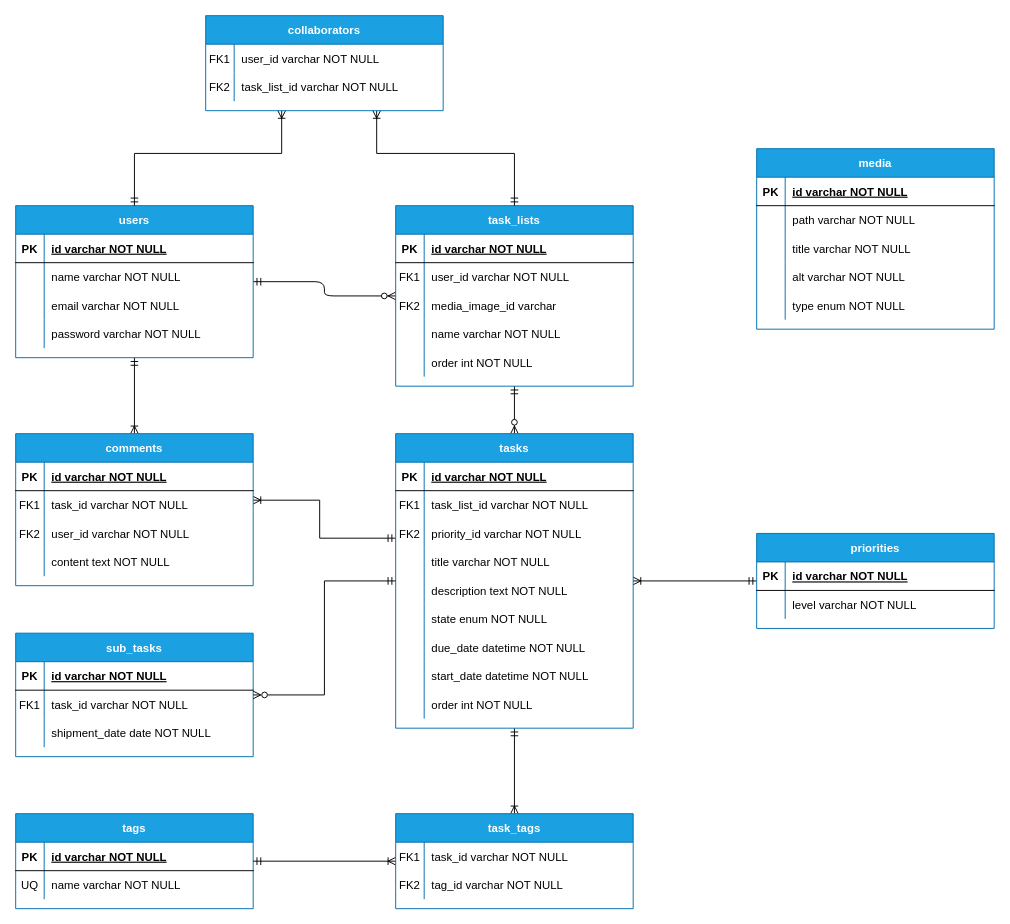
Earlier version of the draw.io diagram docs/webdev/exercises/todo-exercise/static/todo-app-relational-diagram.drawio (rubenfgr/rubenfgr.github.io). Source tidied: cells renumbered, new cells numbered last; positions are measured from the earlier drawing's top-left corner, leaving out a move shared by most shapes. Both pictures are drawn from the tidied source at 95%, with x=0, y=0 at pixel (15, 15).
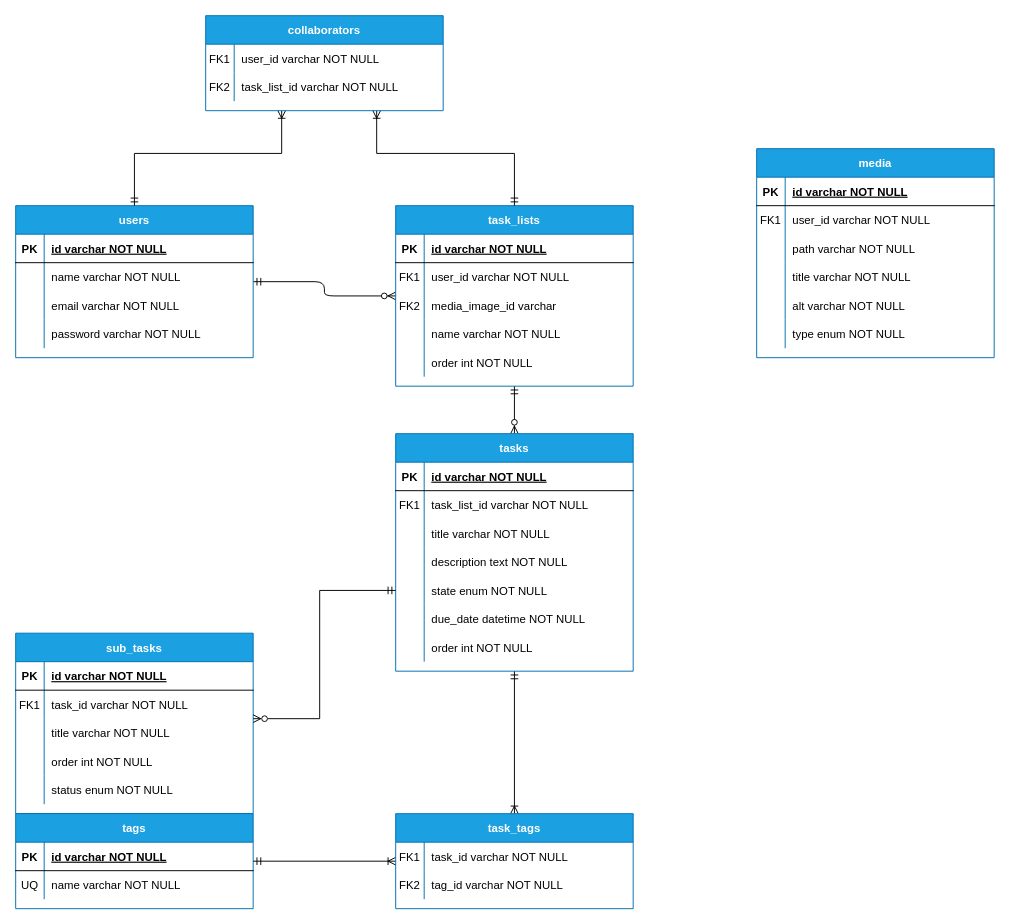
Above is the later version.

Commit message (it also covers changes not shown here):
update todo exercise

Unchanged cells that the change refers to:
```xml
<mxCell id="52" value="users" style="shape=table;startSize=30;childLayout=tableLayout;rowLines=0;fontStyle=1;align=center;fillColor=#1ba1e2;strokeColor=#006EAF;fontColor=#ffffff;" parent="1" vertex="1">
  <mxGeometry y="200" width="250" height="160" as="geometry" />
</mxCell>
<mxCell id="72" style="shape=partialRectangle;fillColor=none;top=0;left=0;right=0;bottom=0;" parent="65" vertex="1">
  <mxGeometry y="90" width="250" height="30" as="geometry" />
</mxCell>
```

Diff of the diagram source:
```diff
@@
-    <mxCell id="20" style="edgeStyle=orthogonalEdgeStyle;rounded=0;jettySize=auto;html=1;endArrow=ERmandOne;endFill=0;startArrow=ERoneToMany;startFill=0;" parent="1" edge="1" source="23" target="90">
-      <mxGeometry relative="1" as="geometry" />
-    </mxCell>
@@
-    <mxCell id="22" style="edgeStyle=orthogonalEdgeStyle;rounded=0;jettySize=auto;html=1;endArrow=ERoneToMany;endFill=0;startArrow=ERmandOne;startFill=0;" parent="1" edge="1" source="23" target="97">
-      <mxGeometry relative="1" as="geometry">
-        <Array as="points">
-          <mxPoint x="320" y="550" />
-          <mxPoint x="320" y="510" />
-        </Array>
-      </mxGeometry>
-    </mxCell>
     <mxCell id="23" value="tasks" style="shape=table;startSize=30;childLayout=tableLayout;rowLines=0;fontStyle=1;align=center;fillColor=#1ba1e2;strokeColor=#006EAF;fontColor=#ffffff;" parent="1" vertex="1">
-      <mxGeometry x="400" y="440" width="250" height="310" as="geometry" />
+      <mxGeometry x="400" y="440" width="250" height="250" as="geometry" />
     </mxCell>
@@
-    <mxCell id="30" style="shape=partialRectangle;fillColor=none;top=0;left=0;right=0;bottom=0;" parent="23" vertex="1">
-      <mxGeometry y="90" width="250" height="30" as="geometry" />
-    </mxCell>
-    <mxCell id="31" value="FK2" style="shape=partialRectangle;overflow=hidden;fillColor=none;top=0;left=0;bottom=0;right=0;" parent="30" vertex="1">
-      <mxGeometry width="30" height="30" as="geometry" />
-    </mxCell>
-    <mxCell id="32" value="priority_id varchar NOT NULL" style="shape=partialRectangle;overflow=hidden;fillColor=none;top=0;left=0;bottom=0;right=0;align=left;spacingLeft=6;" parent="30" vertex="1">
-      <mxGeometry x="30" width="220" height="30" as="geometry" />
-    </mxCell>
     <mxCell id="33" style="shape=partialRectangle;fillColor=none;top=0;left=0;right=0;bottom=0;" parent="23" vertex="1">
-      <mxGeometry y="120" width="250" height="30" as="geometry" />
+      <mxGeometry y="90" width="250" height="30" as="geometry" />
     </mxCell>
@@
     <mxCell id="36" style="shape=partialRectangle;fillColor=none;top=0;left=0;right=0;bottom=0;" parent="23" vertex="1">
-      <mxGeometry y="150" width="250" height="30" as="geometry" />
+      <mxGeometry y="120" width="250" height="30" as="geometry" />
     </mxCell>
@@
     <mxCell id="39" style="shape=partialRectangle;fillColor=none;points=[[0,0.5],[1,0.5]];portConstraint=eastwest;top=0;left=0;right=0;bottom=0;" parent="23" vertex="1">
-      <mxGeometry y="180" width="250" height="30" as="geometry" />
+      <mxGeometry y="150" width="250" height="30" as="geometry" />
     </mxCell>
@@
     <mxCell id="42" style="shape=partialRectangle;fillColor=none;top=0;left=0;right=0;bottom=0;" parent="23" vertex="1">
-      <mxGeometry y="210" width="250" height="30" as="geometry" />
+      <mxGeometry y="180" width="250" height="30" as="geometry" />
     </mxCell>
@@
-    <mxCell id="45" style="shape=partialRectangle;fillColor=none;top=0;left=0;right=0;bottom=0;" parent="23" vertex="1">
-      <mxGeometry y="240" width="250" height="30" as="geometry" />
-    </mxCell>
-    <mxCell id="46" style="shape=partialRectangle;overflow=hidden;fillColor=none;top=0;left=0;bottom=0;right=0;" parent="45" vertex="1">
-      <mxGeometry width="30" height="30" as="geometry" />
-    </mxCell>
-    <mxCell id="47" value="start_date datetime NOT NULL" style="shape=partialRectangle;overflow=hidden;fillColor=none;top=0;left=0;bottom=0;right=0;align=left;spacingLeft=6;" parent="45" vertex="1">
-      <mxGeometry x="30" width="220" height="30" as="geometry" />
-    </mxCell>
     <mxCell id="48" style="shape=partialRectangle;fillColor=none;top=0;left=0;right=0;bottom=0;" parent="23" vertex="1">
-      <mxGeometry y="270" width="250" height="30" as="geometry" />
+      <mxGeometry y="210" width="250" height="30" as="geometry" />
     </mxCell>
@@
-    <mxCell id="51" style="edgeStyle=orthogonalEdgeStyle;rounded=0;jettySize=auto;html=1;endArrow=ERoneToMany;endFill=0;startArrow=ERmandOne;startFill=0;" parent="1" edge="1" source="52" target="97">
-      <mxGeometry relative="1" as="geometry" />
-    </mxCell>
@@
     <mxCell id="65" value="sub_tasks" style="shape=table;startSize=30;childLayout=tableLayout;rowLines=0;fontStyle=1;align=center;fillColor=#1ba1e2;strokeColor=#006EAF;fontColor=#ffffff;" parent="1" vertex="1">
-      <mxGeometry y="650" width="250" height="130" as="geometry" />
+      <mxGeometry y="650" width="250" height="190" as="geometry" />
     </mxCell>
@@
-    <mxCell id="74" value="shipment_date date NOT NULL" style="shape=partialRectangle;overflow=hidden;fillColor=none;top=0;left=0;bottom=0;right=0;align=left;spacingLeft=6;" parent="72" vertex="1">
+    <mxCell id="74" value="title varchar NOT NULL" style="shape=partialRectangle;overflow=hidden;fillColor=none;top=0;left=0;bottom=0;right=0;align=left;spacingLeft=6;" parent="72" vertex="1">
       <mxGeometry x="30" width="220" height="30" as="geometry" />
     </mxCell>
+    <mxCell id="107" style="shape=partialRectangle;fillColor=none;top=0;left=0;right=0;bottom=0;" parent="65" vertex="1">
+      <mxGeometry y="120" width="250" height="30" as="geometry" />
+    </mxCell>
+    <mxCell id="136" style="shape=partialRectangle;overflow=hidden;fillColor=none;top=0;left=0;bottom=0;right=0;" parent="107" vertex="1">
+      <mxGeometry width="30" height="30" as="geometry" />
+    </mxCell>
+    <mxCell id="137" value="order int NOT NULL" style="shape=partialRectangle;overflow=hidden;fillColor=none;top=0;left=0;bottom=0;right=0;align=left;spacingLeft=6;" parent="107" vertex="1">
+      <mxGeometry x="30" width="220" height="30" as="geometry" />
+    </mxCell>
+    <mxCell id="138" style="shape=partialRectangle;fillColor=none;top=0;left=0;right=0;bottom=0;" parent="65" vertex="1">
+      <mxGeometry y="150" width="250" height="30" as="geometry" />
+    </mxCell>
+    <mxCell id="139" style="shape=partialRectangle;overflow=hidden;fillColor=none;top=0;left=0;bottom=0;right=0;" parent="138" vertex="1">
+      <mxGeometry width="30" height="30" as="geometry" />
+    </mxCell>
+    <mxCell id="140" value="status enum NOT NULL" style="shape=partialRectangle;overflow=hidden;fillColor=none;top=0;left=0;bottom=0;right=0;align=left;spacingLeft=6;" parent="138" vertex="1">
+      <mxGeometry x="30" width="220" height="30" as="geometry" />
+    </mxCell>
@@
-    <mxCell id="90" value="priorities" style="shape=table;startSize=30;childLayout=tableLayout;rowLines=0;fontStyle=1;align=center;fillColor=#1ba1e2;strokeColor=#006EAF;fontColor=#ffffff;" parent="1" vertex="1">
-      <mxGeometry x="780" y="545" width="250" height="100" as="geometry" />
-    </mxCell>
-    <mxCell id="91" style="shape=partialRectangle;fillColor=none;top=0;left=0;right=0;bottom=1;" parent="90" vertex="1">
-      <mxGeometry y="30" width="250" height="30" as="geometry" />
-    </mxCell>
-    <mxCell id="92" value="PK" style="shape=partialRectangle;overflow=hidden;fillColor=none;top=0;left=0;bottom=0;right=0;fontStyle=1;" parent="91" vertex="1">
-      <mxGeometry width="30" height="30" as="geometry" />
-    </mxCell>
-    <mxCell id="93" value="id varchar NOT NULL " style="shape=partialRectangle;overflow=hidden;fillColor=none;top=0;left=0;bottom=0;right=0;align=left;spacingLeft=6;fontStyle=5;" parent="91" vertex="1">
-      <mxGeometry x="30" width="220" height="30" as="geometry" />
-    </mxCell>
-    <mxCell id="94" style="shape=partialRectangle;fillColor=none;top=0;left=0;right=0;bottom=0;" parent="90" vertex="1">
-      <mxGeometry y="60" width="250" height="30" as="geometry" />
-    </mxCell>
-    <mxCell id="95" style="shape=partialRectangle;overflow=hidden;fillColor=none;top=0;left=0;bottom=0;right=0;" parent="94" vertex="1">
-      <mxGeometry width="30" height="30" as="geometry" />
-    </mxCell>
-    <mxCell id="96" value="level varchar NOT NULL" style="shape=partialRectangle;overflow=hidden;fillColor=none;top=0;left=0;bottom=0;right=0;align=left;spacingLeft=6;" parent="94" vertex="1">
-      <mxGeometry x="30" width="220" height="30" as="geometry" />
-    </mxCell>
-    <mxCell id="97" value="comments" style="shape=table;startSize=30;childLayout=tableLayout;rowLines=0;fontStyle=1;align=center;fillColor=#1ba1e2;strokeColor=#006EAF;fontColor=#ffffff;" parent="1" vertex="1">
-      <mxGeometry y="440" width="250" height="160" as="geometry" />
-    </mxCell>
-    <mxCell id="98" style="shape=partialRectangle;fillColor=none;top=0;left=0;right=0;bottom=1;" parent="97" vertex="1">
-      <mxGeometry y="30" width="250" height="30" as="geometry" />
-    </mxCell>
-    <mxCell id="99" value="PK" style="shape=partialRectangle;overflow=hidden;fillColor=none;top=0;left=0;bottom=0;right=0;fontStyle=1;" parent="98" vertex="1">
-      <mxGeometry width="30" height="30" as="geometry" />
-    </mxCell>
-    <mxCell id="100" value="id varchar NOT NULL " style="shape=partialRectangle;overflow=hidden;fillColor=none;top=0;left=0;bottom=0;right=0;align=left;spacingLeft=6;fontStyle=5;" parent="98" vertex="1">
-      <mxGeometry x="30" width="220" height="30" as="geometry" />
-    </mxCell>
-    <mxCell id="101" style="shape=partialRectangle;fillColor=none;top=0;left=0;right=0;bottom=0;" parent="97" vertex="1">
-      <mxGeometry y="60" width="250" height="30" as="geometry" />
-    </mxCell>
-    <mxCell id="102" value="FK1" style="shape=partialRectangle;overflow=hidden;fillColor=none;top=0;left=0;bottom=0;right=0;" parent="101" vertex="1">
-      <mxGeometry width="30" height="30" as="geometry" />
-    </mxCell>
-    <mxCell id="103" value="task_id varchar NOT NULL" style="shape=partialRectangle;overflow=hidden;fillColor=none;top=0;left=0;bottom=0;right=0;align=left;spacingLeft=6;" parent="101" vertex="1">
-      <mxGeometry x="30" width="220" height="30" as="geometry" />
-    </mxCell>
-    <mxCell id="104" style="shape=partialRectangle;fillColor=none;top=0;left=0;right=0;bottom=0;" parent="97" vertex="1">
-      <mxGeometry y="90" width="250" height="30" as="geometry" />
-    </mxCell>
-    <mxCell id="105" value="FK2" style="shape=partialRectangle;overflow=hidden;fillColor=none;top=0;left=0;bottom=0;right=0;" parent="104" vertex="1">
-      <mxGeometry width="30" height="30" as="geometry" />
-    </mxCell>
-    <mxCell id="106" value="user_id varchar NOT NULL" style="shape=partialRectangle;overflow=hidden;fillColor=none;top=0;left=0;bottom=0;right=0;align=left;spacingLeft=6;" parent="104" vertex="1">
-      <mxGeometry x="30" width="220" height="30" as="geometry" />
-    </mxCell>
-    <mxCell id="107" style="shape=partialRectangle;fillColor=none;top=0;left=0;right=0;bottom=0;" parent="97" vertex="1">
-      <mxGeometry y="120" width="250" height="30" as="geometry" />
-    </mxCell>
-    <mxCell id="108" style="shape=partialRectangle;overflow=hidden;fillColor=none;top=0;left=0;bottom=0;right=0;" parent="107" vertex="1">
-      <mxGeometry width="30" height="30" as="geometry" />
-    </mxCell>
-    <mxCell id="109" value="content text NOT NULL" style="shape=partialRectangle;overflow=hidden;fillColor=none;top=0;left=0;bottom=0;right=0;align=left;spacingLeft=6;" parent="107" vertex="1">
-      <mxGeometry x="30" width="220" height="30" as="geometry" />
-    </mxCell>
@@
-    <mxCell id="119" style="edgeStyle=orthogonalEdgeStyle;rounded=0;jettySize=auto;html=1;endArrow=ERzeroToMany;endFill=0;startArrow=ERmandOne;startFill=0;" parent="1" edge="1" source="23" target="65">
-      <mxGeometry relative="1" as="geometry" />
+    <mxCell id="119" style="edgeStyle=orthogonalEdgeStyle;rounded=0;jettySize=auto;html=1;endArrow=ERzeroToMany;endFill=0;startArrow=ERmandOne;startFill=0;exitX=0;exitY=0.5;exitDx=0;exitDy=0;" parent="1" edge="1" source="39" target="65">
+      <mxGeometry relative="1" as="geometry">
+        <Array as="points">
+          <mxPoint x="320" y="605" />
+          <mxPoint x="320" y="740" />
+        </Array>
+      </mxGeometry>
     </mxCell>
     <mxCell id="120" value="media" style="shape=table;startSize=30;childLayout=tableLayout;rowLines=0;fontStyle=1;align=center;fillColor=#1ba1e2;strokeColor=#006EAF;fontColor=#ffffff;" parent="1" vertex="1">
-      <mxGeometry x="780" y="140" width="250" height="190" as="geometry" />
+      <mxGeometry x="780" y="140" width="250" height="220" as="geometry" />
     </mxCell>
@@
+    <mxCell id="141" style="shape=partialRectangle;fillColor=none;top=0;left=0;right=0;bottom=0;" parent="120" vertex="1">
+      <mxGeometry y="60" width="250" height="30" as="geometry" />
+    </mxCell>
+    <mxCell id="102" value="FK1" style="shape=partialRectangle;overflow=hidden;fillColor=none;top=0;left=0;bottom=0;right=0;" parent="141" vertex="1">
+      <mxGeometry width="30" height="30" as="geometry" />
+    </mxCell>
+    <mxCell id="106" value="user_id varchar NOT NULL" style="shape=partialRectangle;overflow=hidden;fillColor=none;top=0;left=0;bottom=0;right=0;align=left;spacingLeft=6;" parent="141" vertex="1">
+      <mxGeometry x="30" width="220" height="30" as="geometry" />
+    </mxCell>
     <mxCell id="124" style="shape=partialRectangle;fillColor=none;top=0;left=0;right=0;bottom=0;" parent="120" vertex="1">
-      <mxGeometry y="60" width="250" height="30" as="geometry" />
+      <mxGeometry y="90" width="250" height="30" as="geometry" />
     </mxCell>
@@
     <mxCell id="127" style="shape=partialRectangle;fillColor=none;top=0;left=0;right=0;bottom=0;" parent="120" vertex="1">
-      <mxGeometry y="90" width="250" height="30" as="geometry" />
+      <mxGeometry y="120" width="250" height="30" as="geometry" />
     </mxCell>
@@
     <mxCell id="130" style="shape=partialRectangle;fillColor=none;top=0;left=0;right=0;bottom=0;" parent="120" vertex="1">
-      <mxGeometry y="120" width="250" height="30" as="geometry" />
+      <mxGeometry y="150" width="250" height="30" as="geometry" />
     </mxCell>
@@
     <mxCell id="133" style="shape=partialRectangle;fillColor=none;top=0;left=0;right=0;bottom=0;" parent="120" vertex="1">
-      <mxGeometry y="150" width="250" height="30" as="geometry" />
+      <mxGeometry y="180" width="250" height="30" as="geometry" />
     </mxCell>
```
